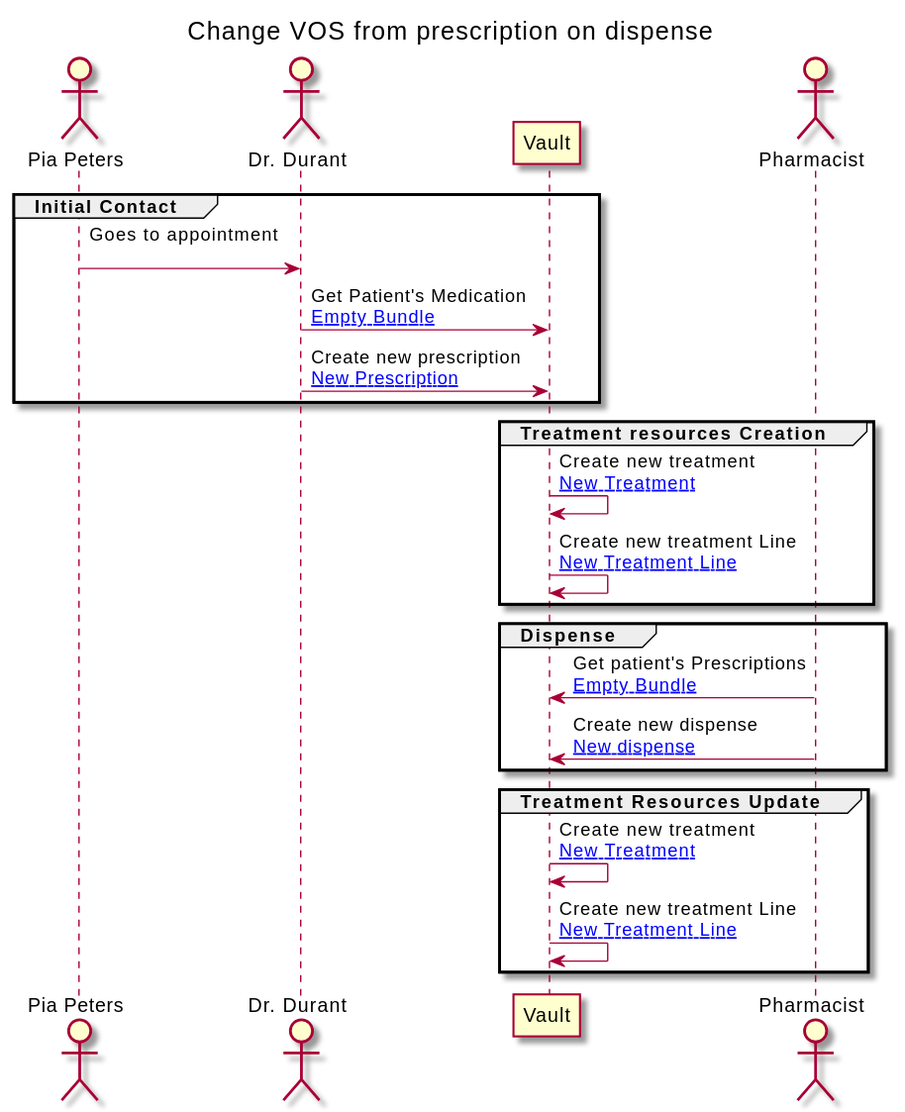
JensPenny/medication-record keeps this PlantUML diagram as branches/master/ExampleScenario-example-2-scenario.svg. Above is the earlier version.
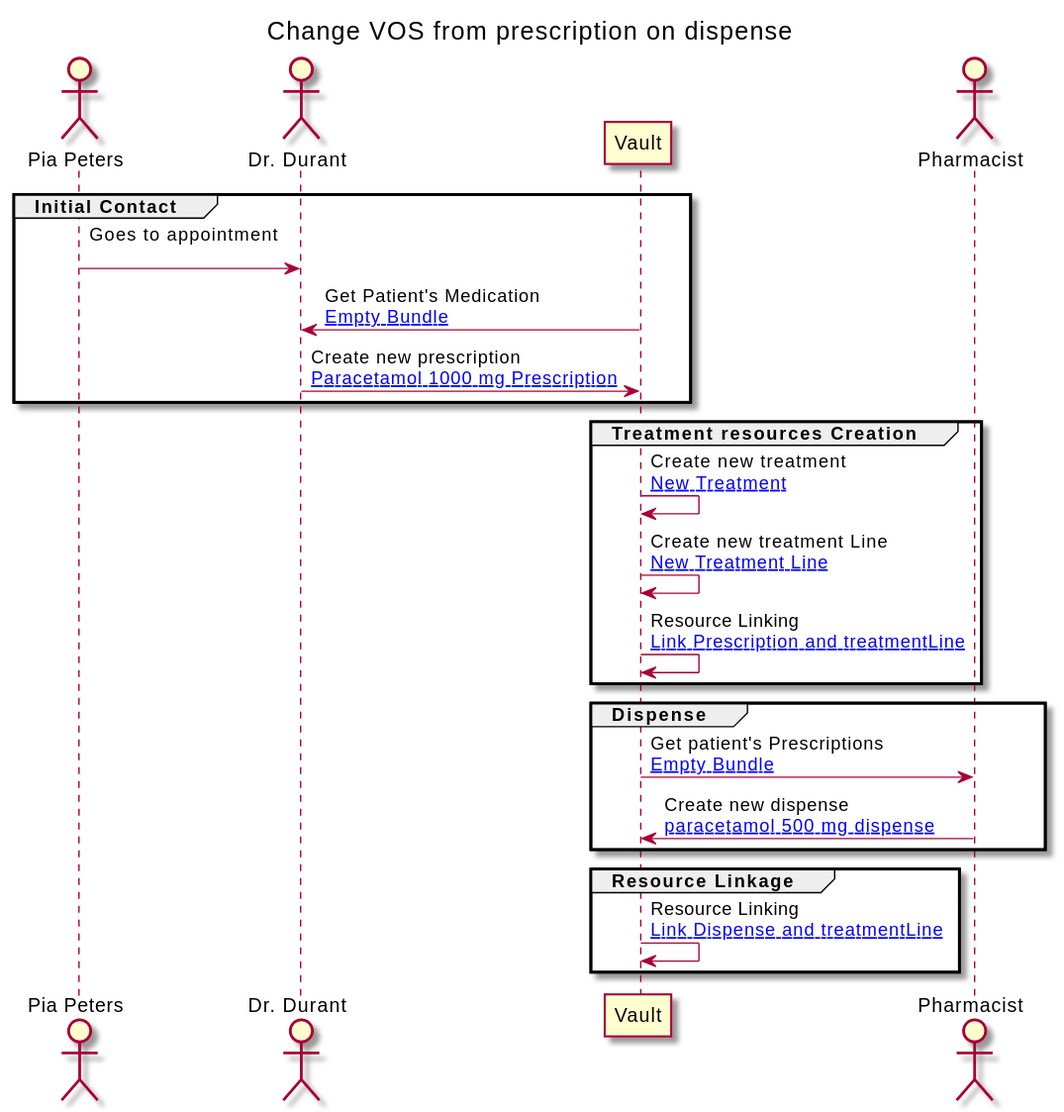
Later version of the same file.

Diff of the diagram source:
```diff
@@ -16,26 +16,26 @@
 group Initial Contact
 
 PATIENT -> GP : Goes to appointment\n
-GP -> VAULT : Get Patient's Medication\n[[ExampleScenario-example-2-scenario-resources.html#EB Empty Bundle]]
-GP -> VAULT : Create new prescription\n[[ExampleScenario-example-2-scenario-resources.html#2a-prescription New Prescription]]
+VAULT -> GP : Get Patient's Medication\n[[ExampleScenario-example-2-scenario-resources.html#EB Empty Bundle]]
+GP -> VAULT : Create new prescription\n[[ExampleScenario-example-2-scenario-resources.html#2a-prescription Paracetamol 1000 mg Prescription]]
 end
 
 group Treatment resources Creation
 
 VAULT -> VAULT : Create new treatment\n[[ExampleScenario-example-2-scenario-resources.html#2a-treatment New Treatment]]
 VAULT -> VAULT : Create new treatment Line\n[[ExampleScenario-example-2-scenario-resources.html#2a-treatmentLine New Treatment Line]]
+VAULT -> VAULT : Resource Linking\n[[ExampleScenario-example-2-scenario-resources.html#2-1-provenance Link Prescription and treatmentLine]]
 end
 
 group Dispense
 
-PHARM -> VAULT : Get patient's Prescriptions\n[[ExampleScenario-example-2-scenario-resources.html#EB Empty Bundle]]
-PHARM -> VAULT : Create new dispense\n[[ExampleScenario-example-2-scenario-resources.html#2a-dispense New dispense]]
+VAULT -> PHARM : Get patient's Prescriptions\n[[ExampleScenario-example-2-scenario-resources.html#EB Empty Bundle]]
+PHARM -> VAULT : Create new dispense\n[[ExampleScenario-example-2-scenario-resources.html#2a-dispense paracetamol 500 mg dispense]]
 end
 
-group Treatment Resources Update
+group Resource Linkage
 
-VAULT -> VAULT : Create new treatment\n[[ExampleScenario-example-2-scenario-resources.html#2a-treatment New Treatment]]
-VAULT -> VAULT : Create new treatment Line\n[[ExampleScenario-example-2-scenario-resources.html#2a-treatmentLine New Treatment Line]]
+VAULT -> VAULT : Resource Linking\n[[ExampleScenario-example-2-scenario-resources.html#2-2-provenance Link Dispense and treatmentLine]]
 end
 
 
```
